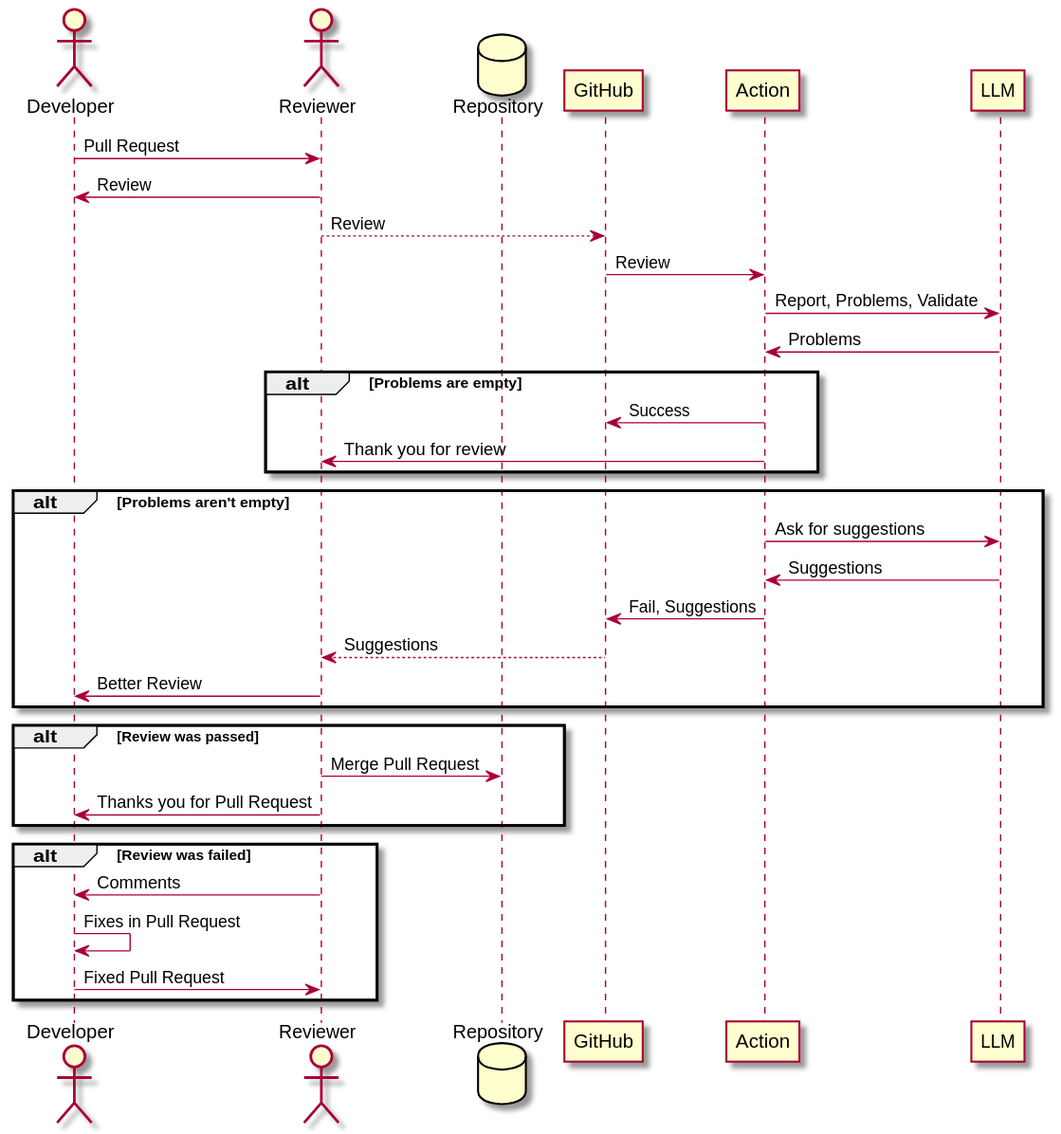
This is doc/code-review-action.svg from l3r8yJ/dc-presentation, a PlantUML export, as it was before one commit.
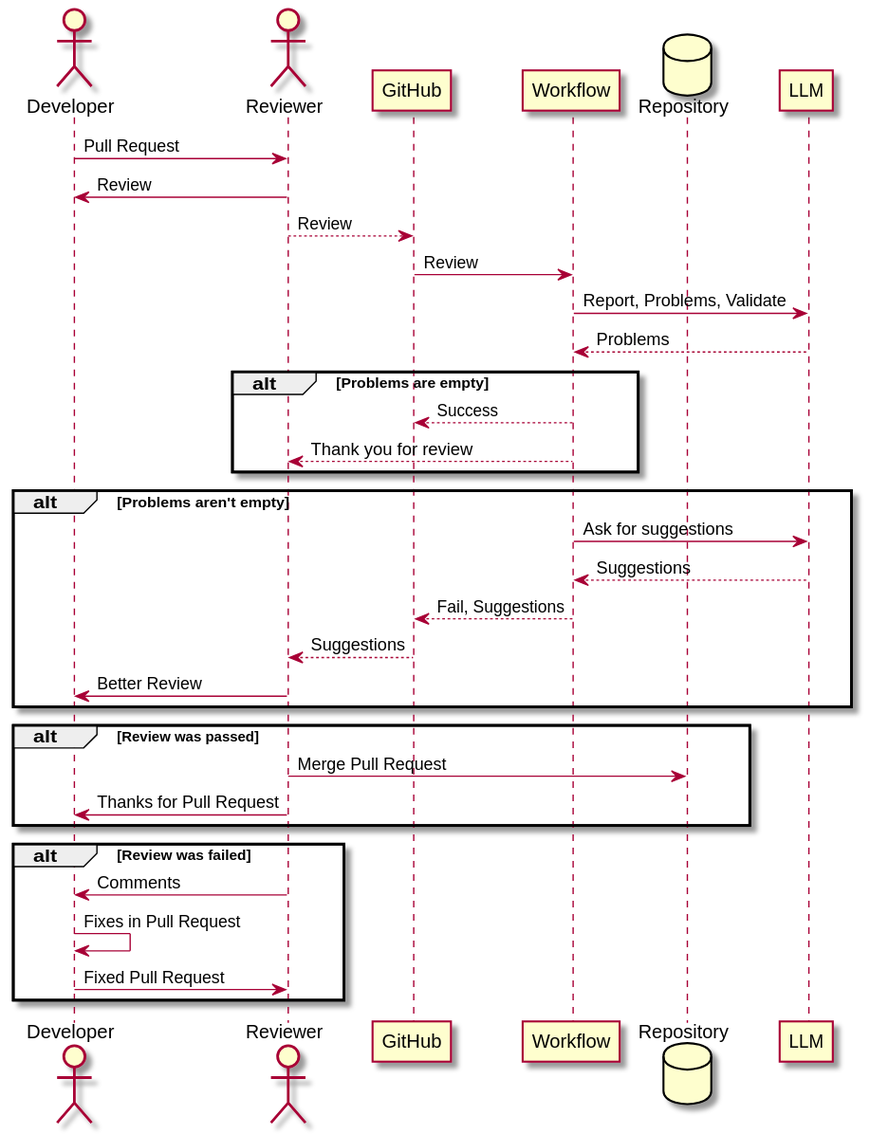
The same diagram one commit later.

Commit message:
Diagram generated

Diff of the diagram source:
```diff
@@ -1,31 +1,31 @@
 @startuml
 actor Developer as developer
 actor Reviewer as reviewer
+participant GitHub as github
+participant Workflow as workflow
 database Repository as repository
-participant GitHub as github
-participant Action as action
 participant LLM as llm
 
 developer -> reviewer: Pull Request
 reviewer -> developer: Review
 reviewer --> github: Review
-github -> action: Review
-action -> llm: Report, Problems, Validate
-llm -> action: Problems
+github -> workflow: Review
+workflow -> llm: Report, Problems, Validate
+llm --> workflow: Problems
 alt Problems are empty
-action -> github: Success
-action -> reviewer: Thank you for review
+workflow --> github: Success
+workflow --> reviewer: Thank you for review
 end
 alt Problems aren't empty
-action -> llm: Ask for suggestions
-llm -> action: Suggestions
-action -> github: Fail, Suggestions
+workflow -> llm: Ask for suggestions
+llm --> workflow: Suggestions
+workflow --> github: Fail, Suggestions
 github --> reviewer: Suggestions
 reviewer -> developer: Better Review
 end
 alt Review was passed
 reviewer -> repository: Merge Pull Request
-reviewer -> developer: Thanks you for Pull Request
+reviewer -> developer: Thanks for Pull Request
 end
 alt Review was failed
 reviewer -> developer: Comments
```
